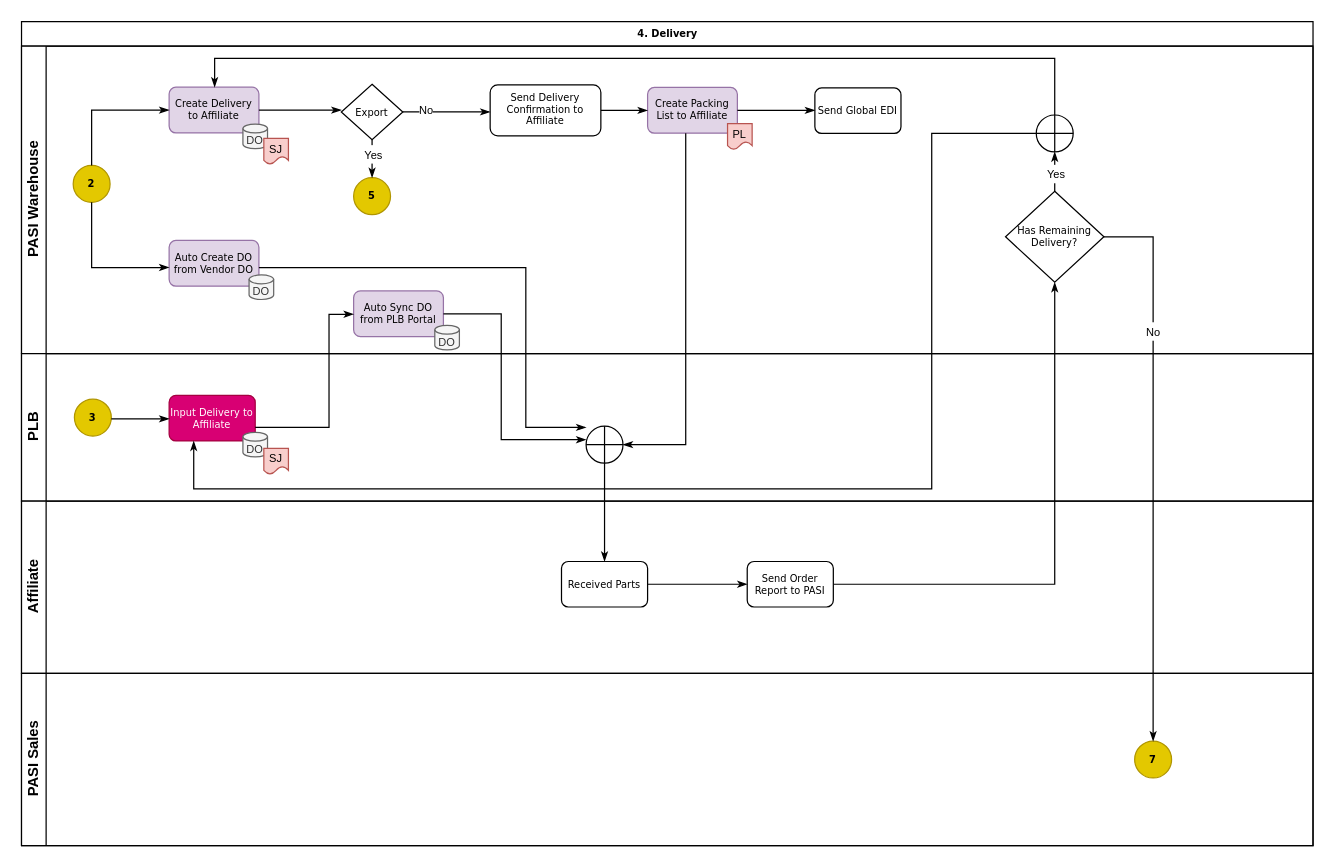
hendrasaputra0501/pasi-bpa keeps this draw.io diagram as page "3. Delivery" (3 of 5) of PASI - WMS.drawio. Above is the earlier version. Source tidied: cells renumbered, new cells numbered last; positions are measured from the earlier drawing's top-left corner, leaving out a move shared by most shapes. Both pictures are drawn from the tidied source at 123%, with x=0, y=0 at pixel (21, 21).
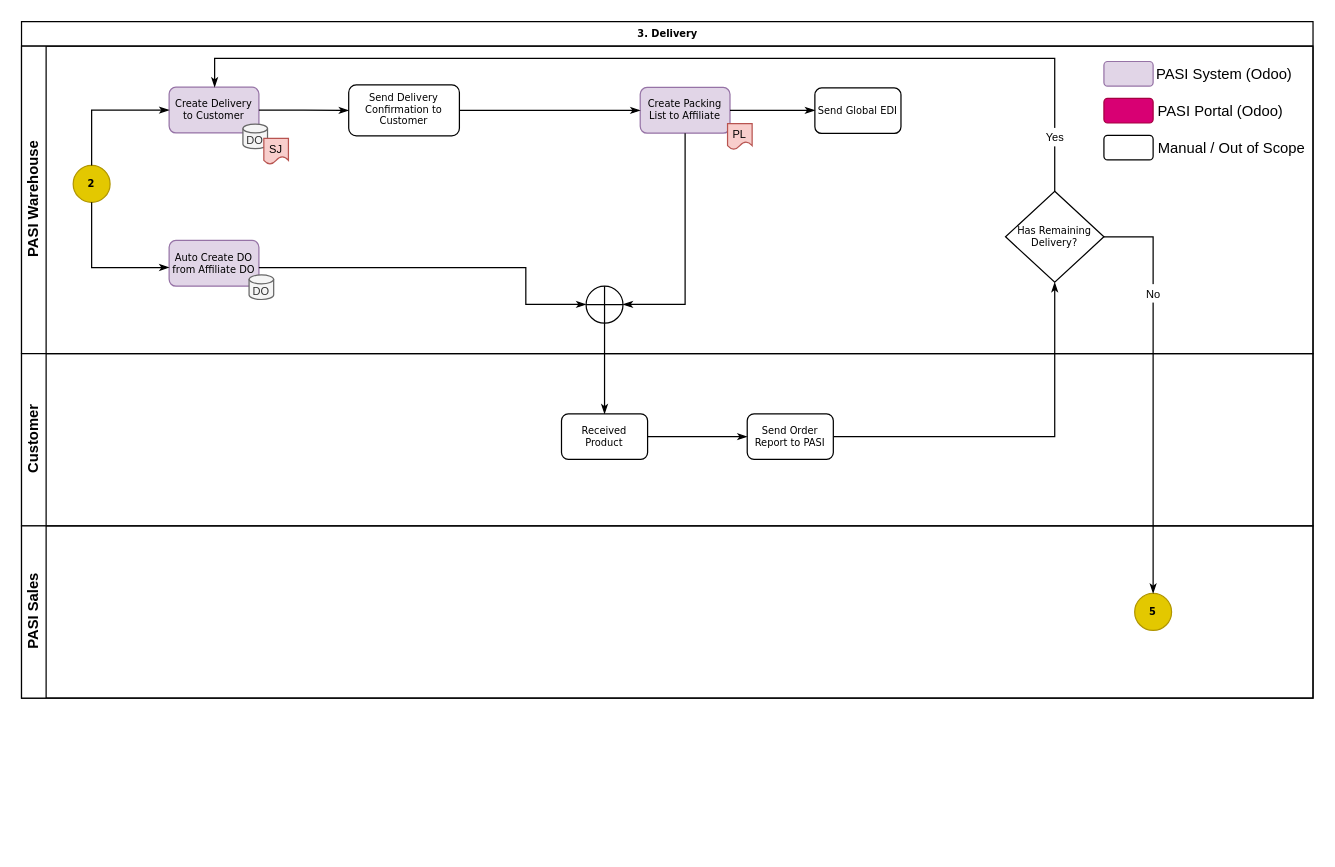
The same page after the edit.

Unchanged cells that the change refers to:
```xml
<mxCell id="3" value="PASI Warehouse" style="swimlane;html=1;startSize=20;horizontal=0;" parent="2" vertex="1">
  <mxGeometry y="20" width="1050" height="250" as="geometry" />
</mxCell>
<mxCell id="16" value="Has Remaining Delivery?" style="strokeWidth=1;html=1;shape=mxgraph.flowchart.decision;whiteSpace=wrap;rounded=1;shadow=0;labelBackgroundColor=none;fontFamily=Verdana;fontSize=8;align=center;" parent="3" vertex="1">
  <mxGeometry x="800" y="118" width="80" height="74" as="geometry" />
</mxCell>
```

The edit, as a diff of the source:
```diff
@@
-    <mxCell id="2" value="4. Delivery" style="swimlane;html=1;horizontal=1;startSize=20;rounded=0;shadow=0;labelBackgroundColor=none;strokeWidth=1;fontFamily=Verdana;fontSize=8;align=center;" parent="1" vertex="1">
-      <mxGeometry width="1050" height="670" as="geometry" />
+    <mxCell id="2" value="3&lt;span style=&quot;background-color: initial;&quot;&gt;. Delivery&lt;/span&gt;" style="swimlane;html=1;horizontal=1;startSize=20;rounded=0;shadow=0;labelBackgroundColor=none;strokeWidth=1;fontFamily=Verdana;fontSize=8;align=center;" parent="1" vertex="1">
+      <mxGeometry width="1050" height="550" as="geometry" />
     </mxCell>
@@
-    <mxCell id="4" value="&lt;div&gt;Create Delivery to Affiliate&lt;/div&gt;" style="rounded=1;whiteSpace=wrap;html=1;shadow=0;labelBackgroundColor=none;strokeWidth=1;fontFamily=Verdana;fontSize=8;align=center;fillColor=#e1d5e7;strokeColor=#9673a6;" parent="3" vertex="1">
+    <mxCell id="4" value="&lt;div&gt;Create Delivery to Customer&lt;/div&gt;" style="rounded=1;whiteSpace=wrap;html=1;shadow=0;labelBackgroundColor=none;strokeWidth=1;fontFamily=Verdana;fontSize=8;align=center;fillColor=#e1d5e7;strokeColor=#9673a6;" parent="3" vertex="1">
       <mxGeometry x="120" y="33.4" width="73" height="37.2" as="geometry" />
     </mxCell>
@@
-    <mxCell id="6" value="&lt;div&gt;Auto Sync DO from PLB Portal&lt;/div&gt;" style="rounded=1;whiteSpace=wrap;html=1;shadow=0;labelBackgroundColor=none;strokeWidth=1;fontFamily=Verdana;fontSize=8;align=center;fillColor=#e1d5e7;strokeColor=#9673a6;" parent="3" vertex="1">
-      <mxGeometry x="270" y="199" width="73" height="37.2" as="geometry" />
-    </mxCell>
@@
-    <mxCell id="8" value="&lt;font style=&quot;font-size: 9px;&quot;&gt;DO&lt;/font&gt;" style="shape=cylinder3;whiteSpace=wrap;html=1;boundedLbl=1;backgroundOutline=1;size=3.6117782592773438;fillColor=#f5f5f5;fontColor=#333333;strokeColor=#666666;" parent="3" vertex="1">
-      <mxGeometry x="336" y="227" width="20" height="20" as="geometry" />
-    </mxCell>
@@
-    <mxCell id="10" value="&lt;div&gt;Auto Create DO from Vendor DO&lt;/div&gt;" style="rounded=1;whiteSpace=wrap;html=1;shadow=0;labelBackgroundColor=none;strokeWidth=1;fontFamily=Verdana;fontSize=8;align=center;fillColor=#e1d5e7;strokeColor=#9673a6;" parent="3" vertex="1">
+    <mxCell id="10" value="&lt;div&gt;Auto Create DO from Affiliate DO&lt;/div&gt;" style="rounded=1;whiteSpace=wrap;html=1;shadow=0;labelBackgroundColor=none;strokeWidth=1;fontFamily=Verdana;fontSize=8;align=center;fillColor=#e1d5e7;strokeColor=#9673a6;" parent="3" vertex="1">
       <mxGeometry x="120" y="158" width="73" height="37.2" as="geometry" />
     </mxCell>
@@
-    <mxCell id="12" value="Send Delivery Confirmation to Affiliate" style="rounded=1;whiteSpace=wrap;html=1;shadow=0;labelBackgroundColor=none;strokeWidth=1;fontFamily=Verdana;fontSize=8;align=center;" parent="3" vertex="1">
-      <mxGeometry x="381" y="31.5" width="90" height="41.5" as="geometry" />
+    <mxCell id="12" value="Send Delivery Confirmation to Customer" style="rounded=1;whiteSpace=wrap;html=1;shadow=0;labelBackgroundColor=none;strokeWidth=1;fontFamily=Verdana;fontSize=8;align=center;" parent="3" vertex="1">
+      <mxGeometry x="266" y="31.5" width="90" height="41.5" as="geometry" />
     </mxCell>
     <mxCell id="13" value="&lt;div&gt;Create Packing List to Affiliate&lt;/div&gt;" style="rounded=1;whiteSpace=wrap;html=1;shadow=0;labelBackgroundColor=none;strokeWidth=1;fontFamily=Verdana;fontSize=8;align=center;fillColor=#e1d5e7;strokeColor=#9673a6;" parent="3" vertex="1">
-      <mxGeometry x="509" y="33.6" width="73" height="37.2" as="geometry" />
+      <mxGeometry x="503" y="33.6" width="73" height="37.2" as="geometry" />
     </mxCell>
@@
-    <mxCell id="19" style="edgeStyle=orthogonalEdgeStyle;rounded=0;html=1;labelBackgroundColor=none;startArrow=none;startFill=0;startSize=5;endArrow=classicThin;endFill=1;endSize=5;jettySize=auto;strokeWidth=1;fontFamily=Verdana;fontSize=8;" parent="3" edge="1" source="4" target="26">
-      <mxGeometry relative="1" as="geometry">
-        <Array as="points">
-          <mxPoint x="285" y="52" />
-        </Array>
-      </mxGeometry>
+    <mxCell id="19" style="edgeStyle=orthogonalEdgeStyle;rounded=0;html=1;labelBackgroundColor=none;startArrow=none;startFill=0;startSize=5;endArrow=classicThin;endFill=1;endSize=5;jettySize=auto;strokeWidth=1;fontFamily=Verdana;fontSize=8;" parent="3" edge="1" source="4" target="12">
+      <mxGeometry relative="1" as="geometry" />
     </mxCell>
@@
-    <mxCell id="22" style="edgeStyle=orthogonalEdgeStyle;rounded=0;html=1;labelBackgroundColor=none;startArrow=none;startFill=0;startSize=5;endArrow=classicThin;endFill=1;endSize=5;jettySize=auto;strokeWidth=1;fontFamily=Verdana;fontSize=8;" parent="3" edge="1" source="23" target="4">
-      <mxGeometry relative="1" as="geometry">
-        <Array as="points">
-          <mxPoint x="840" y="10" />
-          <mxPoint x="157" y="10" />
-        </Array>
-      </mxGeometry>
-    </mxCell>
-    <mxCell id="23" style="verticalLabelPosition=bottom;verticalAlign=top;html=1;shape=mxgraph.flowchart.summing_function;" parent="3" vertex="1">
-      <mxGeometry x="825" y="56" width="30" height="30" as="geometry" />
-    </mxCell>
-    <mxCell id="24" style="edgeStyle=orthogonalEdgeStyle;rounded=0;html=1;labelBackgroundColor=none;startArrow=none;startFill=0;startSize=5;endArrow=classicThin;endFill=1;endSize=5;jettySize=auto;strokeWidth=1;fontFamily=Verdana;fontSize=8;" parent="3" edge="1" source="16" target="23">
-      <mxGeometry relative="1" as="geometry" />
+    <mxCell id="24" style="edgeStyle=orthogonalEdgeStyle;rounded=0;html=1;labelBackgroundColor=none;startArrow=none;startFill=0;startSize=5;endArrow=classicThin;endFill=1;endSize=5;jettySize=auto;strokeWidth=1;fontFamily=Verdana;fontSize=8;" parent="3" edge="1" source="16" target="4">
+      <mxGeometry relative="1" as="geometry">
+        <Array as="points">
+          <mxPoint x="840" y="10" />
+          <mxPoint x="157" y="10" />
+        </Array>
+      </mxGeometry>
     </mxCell>
     <mxCell id="25" value="&lt;font style=&quot;font-size: 9px;&quot;&gt;Yes&lt;/font&gt;" style="edgeLabel;html=1;align=center;verticalAlign=middle;fontSize=12;" parent="24" vertex="1">
       <mxGeometry x="0.47" y="2" relative="1" as="geometry">
-        <mxPoint x="2" y="4" as="offset" />
+        <mxPoint x="490" y="61" as="offset" />
       </mxGeometry>
     </mxCell>
-    <mxCell id="26" value="Export" style="strokeWidth=1;html=1;shape=mxgraph.flowchart.decision;whiteSpace=wrap;rounded=1;shadow=0;labelBackgroundColor=none;fontFamily=Verdana;fontSize=8;align=center;" parent="3" vertex="1">
-      <mxGeometry x="260" y="31" width="50" height="45" as="geometry" />
-    </mxCell>
-    <mxCell id="27" style="edgeStyle=orthogonalEdgeStyle;rounded=0;html=1;labelBackgroundColor=none;startArrow=none;startFill=0;startSize=5;endArrow=classicThin;endFill=1;endSize=5;jettySize=auto;strokeWidth=1;fontFamily=Verdana;fontSize=8;" parent="3" edge="1" source="26" target="12">
-      <mxGeometry relative="1" as="geometry">
-        <Array as="points">
-          <mxPoint x="360" y="54" />
-          <mxPoint x="360" y="54" />
-        </Array>
-      </mxGeometry>
-    </mxCell>
-    <mxCell id="28" value="&lt;font style=&quot;font-size: 9px;&quot;&gt;No&lt;/font&gt;" style="edgeLabel;html=1;align=center;verticalAlign=middle;fontSize=12;" parent="27" vertex="1">
-      <mxGeometry x="-0.48" relative="1" as="geometry">
-        <mxPoint y="-2" as="offset" />
-      </mxGeometry>
-    </mxCell>
-    <mxCell id="29" value="&lt;b&gt;5&lt;/b&gt;" style="ellipse;whiteSpace=wrap;html=1;rounded=0;shadow=0;labelBackgroundColor=none;strokeWidth=1;fontFamily=Verdana;fontSize=8;align=center;fillColor=#e3c800;fontColor=#000000;strokeColor=#B09500;" parent="3" vertex="1">
-      <mxGeometry x="270" y="107" width="30" height="30" as="geometry" />
-    </mxCell>
-    <mxCell id="30" style="edgeStyle=orthogonalEdgeStyle;rounded=0;html=1;labelBackgroundColor=none;startArrow=none;startFill=0;startSize=5;endArrow=classicThin;endFill=1;endSize=5;jettySize=auto;strokeWidth=1;fontFamily=Verdana;fontSize=8;" parent="3" edge="1" source="26" target="29">
-      <mxGeometry relative="1" as="geometry" />
-    </mxCell>
-    <mxCell id="31" value="&lt;font style=&quot;font-size: 9px;&quot;&gt;Yes&lt;/font&gt;" style="edgeLabel;html=1;align=center;verticalAlign=middle;fontSize=12;" parent="30" vertex="1">
-      <mxGeometry x="0.21" y="-2" relative="1" as="geometry">
-        <mxPoint x="2" y="-1" as="offset" />
-      </mxGeometry>
-    </mxCell>
-    <mxCell id="32" value="PLB" style="swimlane;html=1;startSize=20;horizontal=0;" parent="2" vertex="1">
-      <mxGeometry y="270" width="1050" height="120" as="geometry" />
-    </mxCell>
-    <mxCell id="33" value="Input Delivery to Affiliate" style="rounded=1;whiteSpace=wrap;html=1;shadow=0;labelBackgroundColor=none;strokeWidth=1;fontFamily=Verdana;fontSize=8;align=center;fillColor=#d80073;strokeColor=#A50040;fontColor=#ffffff;" parent="32" vertex="1">
-      <mxGeometry x="120" y="34" width="70" height="37" as="geometry" />
-    </mxCell>
-    <mxCell id="34" value="&lt;b&gt;3&lt;/b&gt;" style="ellipse;whiteSpace=wrap;html=1;rounded=0;shadow=0;labelBackgroundColor=none;strokeWidth=1;fontFamily=Verdana;fontSize=8;align=center;fillColor=#e3c800;fontColor=#000000;strokeColor=#B09500;" parent="32" vertex="1">
-      <mxGeometry x="43" y="37" width="30" height="30" as="geometry" />
-    </mxCell>
-    <mxCell id="35" value="&lt;font style=&quot;font-size: 9px;&quot;&gt;DO&lt;/font&gt;" style="shape=cylinder3;whiteSpace=wrap;html=1;boundedLbl=1;backgroundOutline=1;size=3.6117782592773438;fillColor=#f5f5f5;fontColor=#333333;strokeColor=#666666;" parent="32" vertex="1">
-      <mxGeometry x="180" y="64" width="20" height="20" as="geometry" />
-    </mxCell>
-    <mxCell id="36" value="&lt;font style=&quot;font-size: 9px;&quot;&gt;SJ&lt;/font&gt;" style="shape=document;whiteSpace=wrap;html=1;boundedLbl=1;fillColor=#f8cecc;strokeColor=#b85450;" parent="32" vertex="1">
-      <mxGeometry x="197" y="77" width="20" height="21" as="geometry" />
-    </mxCell>
-    <mxCell id="37" style="edgeStyle=orthogonalEdgeStyle;rounded=0;html=1;labelBackgroundColor=none;startArrow=none;startFill=0;startSize=5;endArrow=classicThin;endFill=1;endSize=5;jettySize=auto;strokeWidth=1;fontFamily=Verdana;fontSize=8;" parent="32" edge="1" source="34" target="33">
-      <mxGeometry relative="1" as="geometry">
-        <Array as="points">
-          <mxPoint x="90" y="53" />
-          <mxPoint x="90" y="53" />
-        </Array>
-      </mxGeometry>
-    </mxCell>
-    <mxCell id="38" style="verticalLabelPosition=bottom;verticalAlign=top;html=1;shape=mxgraph.flowchart.summing_function;" parent="32" vertex="1">
-      <mxGeometry x="459" y="59" width="30" height="30" as="geometry" />
+    <mxCell id="38" style="verticalLabelPosition=bottom;verticalAlign=top;html=1;shape=mxgraph.flowchart.summing_function;" parent="3" vertex="1">
+      <mxGeometry x="459" y="195.2" width="30" height="30" as="geometry" />
     </mxCell>
+    <mxCell id="41" style="edgeStyle=orthogonalEdgeStyle;rounded=0;html=1;labelBackgroundColor=none;startArrow=none;startFill=0;startSize=5;endArrow=classicThin;endFill=1;endSize=5;jettySize=auto;strokeWidth=1;fontFamily=Verdana;fontSize=8;" parent="3" edge="1" source="10" target="38">
+      <mxGeometry relative="1" as="geometry">
+        <Array as="points">
+          <mxPoint x="410" y="180" />
+          <mxPoint x="410" y="210" />
+        </Array>
+      </mxGeometry>
+    </mxCell>
-    <mxCell id="39" style="edgeStyle=orthogonalEdgeStyle;rounded=0;html=1;labelBackgroundColor=none;startArrow=none;startFill=0;startSize=5;endArrow=classicThin;endFill=1;endSize=5;jettySize=auto;strokeWidth=1;fontFamily=Verdana;fontSize=8;" parent="2" edge="1" source="13" target="38">
+    <mxCell id="39" style="edgeStyle=orthogonalEdgeStyle;rounded=0;html=1;labelBackgroundColor=none;startArrow=none;startFill=0;startSize=5;endArrow=classicThin;endFill=1;endSize=5;jettySize=auto;strokeWidth=1;fontFamily=Verdana;fontSize=8;" parent="3" edge="1" source="13" target="38">
       <mxGeometry relative="1" as="geometry">
         <Array as="points">
-          <mxPoint x="540" y="344" />
+          <mxPoint x="540" y="210" />
         </Array>
       </mxGeometry>
     </mxCell>
-    <mxCell id="40" style="edgeStyle=orthogonalEdgeStyle;rounded=0;html=1;labelBackgroundColor=none;startArrow=none;startFill=0;startSize=5;endArrow=classicThin;endFill=1;endSize=5;jettySize=auto;strokeWidth=1;fontFamily=Verdana;fontSize=8;" parent="2" edge="1" source="33" target="6">
-      <mxGeometry relative="1" as="geometry">
-        <Array as="points">
-          <mxPoint x="250" y="330" />
-          <mxPoint x="250" y="238" />
-        </Array>
-      </mxGeometry>
-    </mxCell>
-    <mxCell id="41" style="edgeStyle=orthogonalEdgeStyle;rounded=0;html=1;labelBackgroundColor=none;startArrow=none;startFill=0;startSize=5;endArrow=classicThin;endFill=1;endSize=5;jettySize=auto;strokeWidth=1;fontFamily=Verdana;fontSize=8;" parent="2" edge="1" source="10" target="38">
-      <mxGeometry relative="1" as="geometry">
-        <Array as="points">
-          <mxPoint x="410" y="200" />
-          <mxPoint x="410" y="330" />
-        </Array>
-      </mxGeometry>
-    </mxCell>
-    <mxCell id="42" style="edgeStyle=orthogonalEdgeStyle;rounded=0;html=1;labelBackgroundColor=none;startArrow=none;startFill=0;startSize=5;endArrow=classicThin;endFill=1;endSize=5;jettySize=auto;strokeWidth=1;fontFamily=Verdana;fontSize=8;" parent="2" edge="1" source="6" target="38">
-      <mxGeometry relative="1" as="geometry">
-        <Array as="points">
-          <mxPoint x="390" y="238" />
-          <mxPoint x="390" y="340" />
-        </Array>
-      </mxGeometry>
-    </mxCell>
+    <mxCell id="54" style="rounded=1;whiteSpace=wrap;html=1;fontSize=8;fillColor=#e1d5e7;strokeColor=#9673a6;shadow=0;strokeWidth=1;align=center;verticalAlign=middle;fontFamily=Verdana;fontColor=default;labelBackgroundColor=none;" parent="3" vertex="1">
+      <mxGeometry x="880" y="12.5" width="40" height="20" as="geometry" />
+    </mxCell>
+    <mxCell id="55" style="rounded=1;whiteSpace=wrap;html=1;fontSize=8;fillColor=#d80073;strokeColor=#A50040;shadow=0;strokeWidth=1;align=center;verticalAlign=middle;fontFamily=Verdana;fontColor=#ffffff;labelBackgroundColor=none;" parent="3" vertex="1">
+      <mxGeometry x="880" y="42.5" width="40" height="20" as="geometry" />
+    </mxCell>
+    <mxCell id="56" style="rounded=1;whiteSpace=wrap;html=1;fontSize=10;" parent="3" vertex="1">
+      <mxGeometry x="880" y="72.5" width="40" height="20" as="geometry" />
+    </mxCell>
+    <mxCell id="57" value="PASI System (Odoo)" style="text;html=1;strokeColor=none;fillColor=none;align=center;verticalAlign=middle;whiteSpace=wrap;rounded=0;" parent="3" vertex="1">
+      <mxGeometry x="920" y="7.5" width="115.5" height="30" as="geometry" />
+    </mxCell>
+    <mxCell id="58" value="PASI Portal (Odoo)" style="text;html=1;strokeColor=none;fillColor=none;align=center;verticalAlign=middle;whiteSpace=wrap;rounded=0;" parent="3" vertex="1">
+      <mxGeometry x="920" y="37.5" width="110" height="30" as="geometry" />
+    </mxCell>
+    <mxCell id="59" value="Manual / Out of Scope" style="text;html=1;strokeColor=none;fillColor=none;align=center;verticalAlign=middle;whiteSpace=wrap;rounded=0;" parent="3" vertex="1">
+      <mxGeometry x="920" y="67.5" width="127.5" height="30" as="geometry" />
+    </mxCell>
@@
-    <mxCell id="45" style="edgeStyle=orthogonalEdgeStyle;rounded=0;html=1;labelBackgroundColor=none;startArrow=none;startFill=0;startSize=5;endArrow=classicThin;endFill=1;endSize=5;jettySize=auto;strokeWidth=1;fontFamily=Verdana;fontSize=8;" parent="2" edge="1" source="23" target="33">
-      <mxGeometry relative="1" as="geometry">
-        <Array as="points">
-          <mxPoint x="740" y="91" />
-          <mxPoint x="740" y="380" />
-          <mxPoint x="140" y="380" />
-        </Array>
-      </mxGeometry>
-    </mxCell>
-    <mxCell id="46" value="Affiliate" style="swimlane;html=1;startSize=20;horizontal=0;" parent="2" vertex="1">
-      <mxGeometry y="390" width="1050" height="140" as="geometry" />
+    <mxCell id="46" value="Customer" style="swimlane;html=1;startSize=20;horizontal=0;" parent="2" vertex="1">
+      <mxGeometry y="270" width="1050" height="140" as="geometry" />
     </mxCell>
-    <mxCell id="47" value="&lt;div&gt;Received Parts&lt;/div&gt;" style="rounded=1;whiteSpace=wrap;html=1;shadow=0;labelBackgroundColor=none;strokeWidth=1;fontFamily=Verdana;fontSize=8;align=center;" parent="46" vertex="1">
+    <mxCell id="47" value="&lt;div&gt;Received Product&lt;/div&gt;" style="rounded=1;whiteSpace=wrap;html=1;shadow=0;labelBackgroundColor=none;strokeWidth=1;fontFamily=Verdana;fontSize=8;align=center;" parent="46" vertex="1">
       <mxGeometry x="439" y="49" width="70" height="37" as="geometry" />
     </mxCell>
@@
     <mxCell id="50" value="PASI Sales" style="swimlane;html=1;startSize=20;horizontal=0;" parent="2" vertex="1">
-      <mxGeometry y="530" width="1050" height="140" as="geometry" />
+      <mxGeometry y="410" width="1050" height="140" as="geometry" />
     </mxCell>
-    <mxCell id="51" value="&lt;b&gt;7&lt;/b&gt;" style="ellipse;whiteSpace=wrap;html=1;rounded=0;shadow=0;labelBackgroundColor=none;strokeWidth=1;fontFamily=Verdana;fontSize=8;align=center;fillColor=#e3c800;fontColor=#000000;strokeColor=#B09500;" parent="50" vertex="1">
+    <mxCell id="51" value="&lt;b&gt;5&lt;/b&gt;" style="ellipse;whiteSpace=wrap;html=1;rounded=0;shadow=0;labelBackgroundColor=none;strokeWidth=1;fontFamily=Verdana;fontSize=8;align=center;fillColor=#e3c800;fontColor=#000000;strokeColor=#B09500;" parent="50" vertex="1">
       <mxGeometry x="905" y="55" width="30" height="30" as="geometry" />
     </mxCell>
     <mxCell id="52" style="edgeStyle=orthogonalEdgeStyle;rounded=0;html=1;labelBackgroundColor=none;startArrow=none;startFill=0;startSize=5;endArrow=classicThin;endFill=1;endSize=5;jettySize=auto;strokeWidth=1;fontFamily=Verdana;fontSize=8;" parent="2" edge="1" source="16" target="51">
       <mxGeometry relative="1" as="geometry">
         <Array as="points">
           <mxPoint x="920" y="175" />
-          <mxPoint x="920" y="600" />
         </Array>
       </mxGeometry>
     </mxCell>
```
